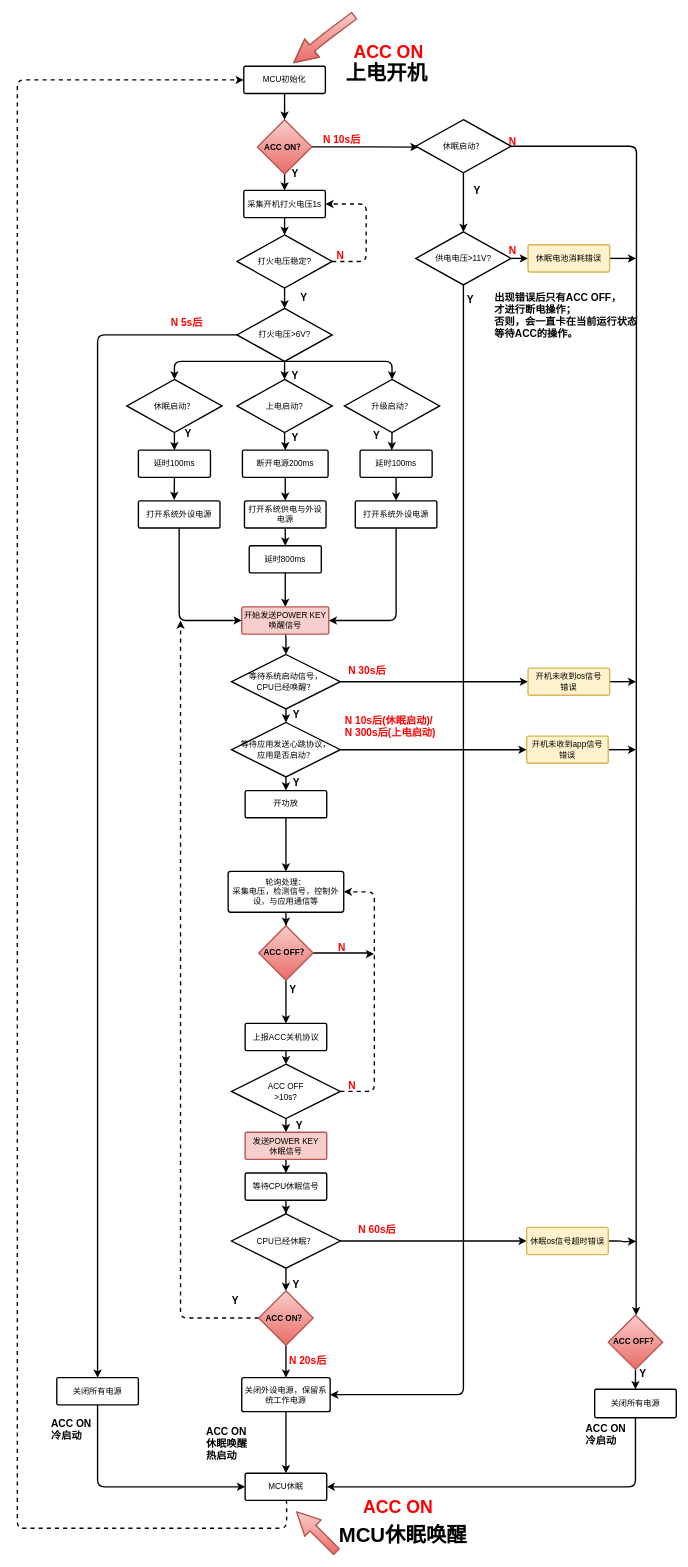
Earlier version of the draw.io diagram page "第 3 页" (3 of 3) of 009_XIUMING.drawio (yintianlan/Picture_Draw). Source tidied: cells renumbered, new cells numbered last; positions are measured from the earlier drawing's top-left corner, leaving out a move shared by most shapes. Both pictures are drawn from the tidied source at 68%, with x=0, y=0 at pixel (17, 15).
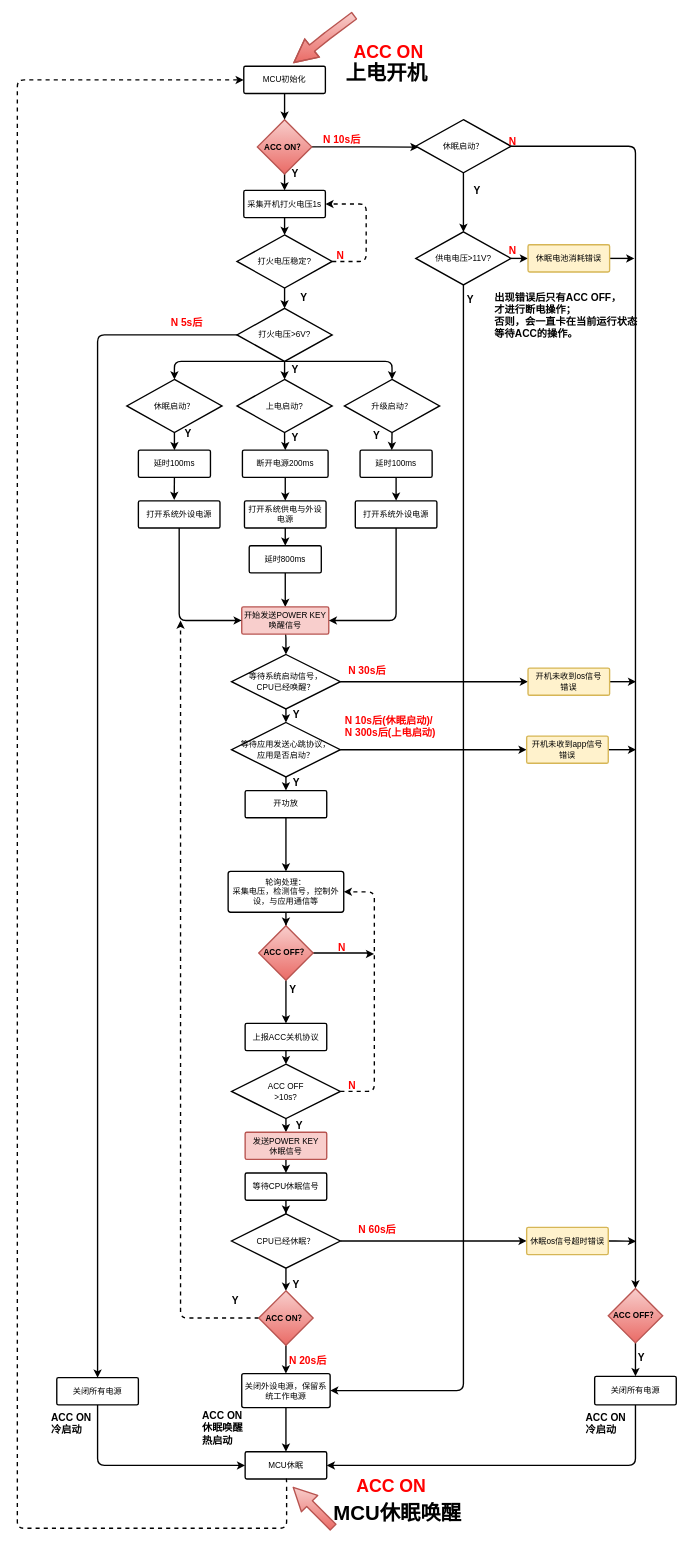
Above is the later version.

The change refers to these unchanged cells:
```xml
<mxCell id="65" value="关闭所有电源&lt;br&gt;" style="strokeWidth=2;html=1;shape=mxgraph.flowchart.process;whiteSpace=wrap;fillColor=none;fontFamily=Helvetica;align=center;strokeColor=#000000;" parent="1" vertex="1">
  <mxGeometry x="58" y="2003.5" width="120" height="40" as="geometry" />
</mxCell>
<mxCell id="71" value="供电电压&amp;gt;11V?" style="strokeWidth=2;html=1;shape=mxgraph.flowchart.decision;whiteSpace=wrap;fillColor=#ffffff;fontFamily=Helvetica;align=center;strokeColor=#000000;" parent="1" vertex="1">
  <mxGeometry x="586" y="318.5" width="140" height="78" as="geometry" />
</mxCell>
<mxCell id="74" value="休眠启动？" style="strokeWidth=2;html=1;shape=mxgraph.flowchart.decision;whiteSpace=wrap;fillColor=#ffffff;fontFamily=Helvetica;align=center;strokeColor=#000000;" parent="1" vertex="1">
  <mxGeometry x="586" y="153.5" width="140" height="78" as="geometry" />
</mxCell>
<mxCell id="100" value="休眠电池消耗错误" style="strokeWidth=2;html=1;shape=mxgraph.flowchart.process;whiteSpace=wrap;fillColor=#fff2cc;fontFamily=Helvetica;align=center;strokeColor=#d6b656;" parent="1" vertex="1">
  <mxGeometry x="751" y="337.5" width="120" height="40" as="geometry" />
</mxCell>
<mxCell id="106" value="休眠os信号超时错误" style="strokeWidth=2;html=1;shape=mxgraph.flowchart.process;whiteSpace=wrap;fillColor=#fff2cc;fontFamily=Helvetica;align=center;strokeColor=#d6b656;" parent="1" vertex="1">
  <mxGeometry x="749" y="1782.5" width="120" height="40" as="geometry" />
</mxCell>
```

Change to the diagram source:
```diff
@@
     <mxCell id="29" value="MCU休眠" style="strokeWidth=2;html=1;shape=mxgraph.flowchart.process;whiteSpace=wrap;fillColor=none;fontFamily=Helvetica;align=center;strokeColor=#000000;" parent="1" vertex="1">
-      <mxGeometry x="335" y="2144" width="120" height="40" as="geometry" />
+      <mxGeometry x="335" y="2112.5" width="120" height="40" as="geometry" />
     </mxCell>
@@
     <mxCell id="33" value="关闭外设电源，保留系统工作电源" style="strokeWidth=2;html=1;shape=mxgraph.flowchart.process;whiteSpace=wrap;fillColor=none;fontFamily=Helvetica;align=center;strokeColor=#000000;" parent="1" vertex="1">
-      <mxGeometry x="330" y="2003.5" width="130" height="50" as="geometry" />
+      <mxGeometry x="330" y="1997.5" width="130" height="50" as="geometry" />
     </mxCell>
@@
     <mxCell id="35" style="shape=flexArrow;endArrow=classic;html=1;fillColor=#f8cecc;strokeWidth=2;fontFamily=Helvetica;fontSize=15;strokeColor=#b85450;gradientColor=#ea6b66;width=10.833333333333334;endSize=10.641666666666667;endWidth=20;" parent="1" edge="1">
       <mxGeometry relative="1" as="geometry">
-        <mxPoint x="470" y="2260" as="sourcePoint" />
-        <mxPoint x="410" y="2200" as="targetPoint" />
+        <mxPoint x="465" y="2224" as="sourcePoint" />
+        <mxPoint x="405" y="2164" as="targetPoint" />
       </mxGeometry>
     </mxCell>
     <mxCell id="36" value="&lt;b&gt;ACC ON&lt;br&gt;休眠唤醒&lt;br&gt;热启动&lt;br&gt;&lt;/b&gt;" style="text;html=1;align=left;verticalAlign=top;spacingTop=-4;fontSize=15;fontFamily=Helvetica;" parent="1" vertex="1">
-      <mxGeometry x="276" y="2070.5" width="80" height="60" as="geometry" />
+      <mxGeometry x="270" y="2047.5" width="80" height="60" as="geometry" />
     </mxCell>
@@
     <mxCell id="66" style="edgeStyle=segmentEdgeStyle;endArrow=classic;html=1;strokeWidth=2;entryX=0;entryY=0.5;entryDx=0;entryDy=0;entryPerimeter=0;exitX=0.5;exitY=1;exitDx=0;exitDy=0;exitPerimeter=0;" parent="1" edge="1" source="65" target="29">
       <mxGeometry relative="1" as="geometry">
         <Array as="points">
-          <mxPoint x="118" y="2164" />
+          <mxPoint x="118.5" y="2132.5" />
         </Array>
       </mxGeometry>
     </mxCell>
@@
     <mxCell id="70" style="edgeStyle=orthogonalEdgeStyle;rounded=1;jettySize=auto;html=1;exitX=0.5;exitY=1;exitDx=0;exitDy=0;exitPerimeter=0;strokeWidth=2;entryX=1;entryY=0.5;entryDx=0;entryDy=0;entryPerimeter=0;" parent="1" edge="1" source="71" target="33">
       <mxGeometry relative="1" as="geometry">
         <Array as="points">
-          <mxPoint x="656" y="2029" />
+          <mxPoint x="656.5" y="2022.5" />
         </Array>
       </mxGeometry>
     </mxCell>
@@
-    <mxCell id="73" style="edgeStyle=orthogonalEdgeStyle;rounded=1;jettySize=auto;html=1;exitX=1;exitY=0.5;exitDx=0;exitDy=0;exitPerimeter=0;strokeWidth=2;" parent="1" edge="1" source="74">
-      <mxGeometry relative="1" as="geometry">
-        <mxPoint x="910" y="1911.7" as="targetPoint" />
-      </mxGeometry>
+    <mxCell id="73" style="edgeStyle=orthogonalEdgeStyle;rounded=1;jettySize=auto;html=1;exitX=1;exitY=0.5;exitDx=0;exitDy=0;exitPerimeter=0;strokeWidth=2;entryX=0.5;entryY=0;entryDx=0;entryDy=0;" parent="1" edge="1" source="74" target="92">
+      <mxGeometry relative="1" as="geometry" />
     </mxCell>
@@
     <mxCell id="84" style="edgeStyle=orthogonalEdgeStyle;rounded=1;jettySize=auto;html=1;exitX=0.5;exitY=1;exitDx=0;exitDy=0;exitPerimeter=0;strokeWidth=2;entryX=1;entryY=0.5;entryDx=0;entryDy=0;entryPerimeter=0;" parent="1" edge="1" source="85" target="29">
       <mxGeometry relative="1" as="geometry">
         <Array as="points">
-          <mxPoint x="909" y="2164" />
+          <mxPoint x="908.5" y="2132.5" />
         </Array>
       </mxGeometry>
     </mxCell>
     <mxCell id="85" value="关闭所有电源" style="strokeWidth=2;html=1;shape=mxgraph.flowchart.process;whiteSpace=wrap;fillColor=none;fontFamily=Helvetica;align=center;strokeColor=#000000;" parent="1" vertex="1">
-      <mxGeometry x="849" y="2020.5" width="120" height="42" as="geometry" />
+      <mxGeometry x="849" y="2001.5" width="120" height="42" as="geometry" />
     </mxCell>
     <mxCell id="86" value="&lt;b&gt;ACC ON&lt;br&gt;冷启动&lt;br&gt;&lt;/b&gt;" style="text;html=1;align=left;verticalAlign=top;spacingTop=-4;fontSize=15;fontFamily=Helvetica;" parent="1" vertex="1">
-      <mxGeometry x="834" y="2066.5" width="70" height="40" as="geometry" />
+      <mxGeometry x="834" y="2050.5" width="70" height="40" as="geometry" />
     </mxCell>
@@
     <mxCell id="89" value="Y" style="text;html=1;align=center;verticalAlign=middle;spacingTop=-4;fontFamily=Helvetica;labelPosition=center;verticalLabelPosition=middle;strokeWidth=2;fontSize=15;fontStyle=1;" parent="1" vertex="1">
-      <mxGeometry x="398" y="525.5" width="20" height="10" as="geometry" />
+      <mxGeometry x="398" y="517.5" width="20" height="10" as="geometry" />
     </mxCell>
@@
     <mxCell id="92" value="&lt;b&gt;ACC OFF？&lt;/b&gt;" style="rhombus;whiteSpace=wrap;html=1;strokeWidth=2;fillColor=#f8cecc;fontFamily=Helvetica;align=center;strokeColor=#b85450;gradientColor=#ea6b66;" parent="1" vertex="1">
-      <mxGeometry x="869" y="1911.3" width="80" height="80" as="geometry" />
+      <mxGeometry x="869" y="1872.3" width="80" height="80" as="geometry" />
     </mxCell>
@@
     <mxCell id="94" value="&lt;b&gt;ACC ON&lt;br&gt;冷启动&lt;br&gt;&lt;/b&gt;" style="text;html=1;align=left;verticalAlign=top;spacingTop=-4;fontSize=15;fontFamily=Helvetica;" parent="1" vertex="1">
-      <mxGeometry x="48" y="2058.5" width="70" height="40" as="geometry" />
+      <mxGeometry x="48" y="2050.5" width="70" height="40" as="geometry" />
     </mxCell>
     <mxCell id="95" value="&lt;font style=&quot;font-size: 26px&quot; color=&quot;#ff0000&quot;&gt;&lt;b&gt;ACC ON&lt;/b&gt;&lt;/font&gt;" style="text;html=1;strokeColor=none;fillColor=none;align=center;verticalAlign=middle;whiteSpace=wrap;rounded=0;" parent="1" vertex="1">
-      <mxGeometry x="485" y="2184" width="150" height="20" as="geometry" />
+      <mxGeometry x="475" y="2152.5" width="150" height="20" as="geometry" />
     </mxCell>
@@
     <mxCell id="98" value="&lt;b&gt;&lt;font style=&quot;font-size: 30px&quot;&gt;MCU休眠唤醒&lt;/font&gt;&lt;/b&gt;" style="text;html=1;align=left;verticalAlign=top;spacingTop=-4;fontSize=15;fontFamily=Helvetica;" parent="1" vertex="1">
-      <mxGeometry x="471" y="2214" width="210" height="20" as="geometry" />
+      <mxGeometry x="463" y="2182.5" width="210" height="20" as="geometry" />
     </mxCell>
     <mxCell id="99" style="edgeStyle=orthogonalEdgeStyle;rounded=1;jettySize=auto;html=1;exitX=1;exitY=0.5;exitDx=0;exitDy=0;exitPerimeter=0;strokeWidth=2;" parent="1" edge="1" source="100">
       <mxGeometry relative="1" as="geometry">
-        <mxPoint x="910" y="357" as="targetPoint" />
+        <mxPoint x="907.5" y="357.5" as="targetPoint" />
       </mxGeometry>
     </mxCell>
@@
     <mxCell id="105" style="edgeStyle=orthogonalEdgeStyle;rounded=1;jettySize=auto;html=1;exitX=1;exitY=0.5;exitDx=0;exitDy=0;exitPerimeter=0;strokeWidth=2;" parent="1" edge="1" source="106">
       <mxGeometry relative="1" as="geometry">
         <mxPoint x="910" y="1803" as="targetPoint" />
+        <Array as="points">
+          <mxPoint x="889.5" y="1803.5" />
+        </Array>
       </mxGeometry>
     </mxCell>
@@
     <mxCell id="107" value="Y" style="text;html=1;strokeColor=none;fillColor=none;align=center;verticalAlign=middle;whiteSpace=wrap;rounded=0;labelBackgroundColor=none;fontFamily=Helvetica;fontSize=15;fontStyle=1;" parent="1" vertex="1">
-      <mxGeometry x="900" y="1986.5" width="40" height="20" as="geometry" />
+      <mxGeometry x="897.5" y="1962.5" width="40" height="20" as="geometry" />
     </mxCell>
```
